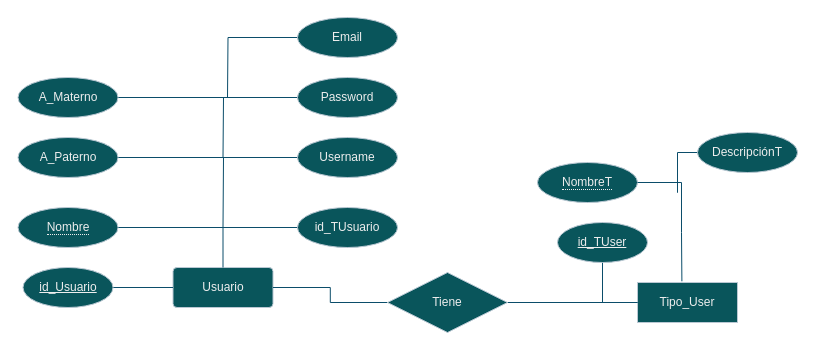
The draw.io diagram Newproject.drawio in Fil-Cabildo/Projectone, before the edit. Source tidied: cells renumbered, new cells numbered last; positions are measured from the earlier drawing's top-left corner, leaving out a move shared by most shapes. Both pictures are drawn from the tidied source at 100%, with x=0, y=0 at pixel (17, 17).
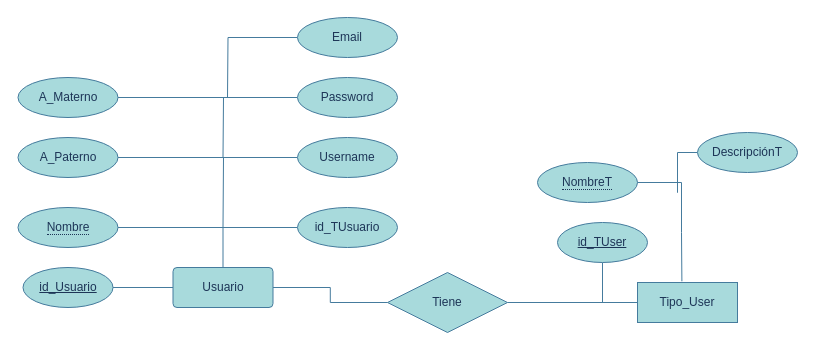
After the change.

Change to the diagram source:
```diff
@@
-    <mxCell id="2" value="Usuario" style="rounded=1;arcSize=10;whiteSpace=wrap;html=1;align=center;labelBackgroundColor=none;fillColor=#09555B;strokeColor=#BAC8D3;fontColor=#EEEEEE;" parent="1" vertex="1">
+    <mxCell id="2" value="Usuario" style="rounded=1;arcSize=10;whiteSpace=wrap;html=1;align=center;labelBackgroundColor=none;fillColor=#A8DADC;strokeColor=#457B9D;fontColor=#1D3557;" parent="1" vertex="1">
       <mxGeometry x="155.5" y="250" width="100" height="40" as="geometry" />
     </mxCell>
-    <mxCell id="3" style="edgeStyle=orthogonalEdgeStyle;rounded=1;jettySize=auto;html=1;labelBackgroundColor=none;fontColor=default;strokeColor=#0B4D6A;endArrow=none;endFill=0;" parent="1" edge="1" source="4" target="2">
+    <mxCell id="3" style="edgeStyle=orthogonalEdgeStyle;rounded=1;jettySize=auto;html=1;labelBackgroundColor=none;fontColor=default;strokeColor=#457B9D;endArrow=none;endFill=0;" parent="1" edge="1" source="4" target="2">
       <mxGeometry relative="1" as="geometry" />
     </mxCell>
-    <mxCell id="4" value="id_Usuario" style="ellipse;whiteSpace=wrap;html=1;align=center;fontStyle=4;rounded=1;labelBackgroundColor=none;fillColor=#09555B;strokeColor=#BAC8D3;fontColor=#EEEEEE;" parent="1" vertex="1">
+    <mxCell id="4" value="id_Usuario" style="ellipse;whiteSpace=wrap;html=1;align=center;fontStyle=4;rounded=1;labelBackgroundColor=none;fillColor=#A8DADC;strokeColor=#457B9D;fontColor=#1D3557;" parent="1" vertex="1">
       <mxGeometry x="5.5" y="250" width="90" height="40" as="geometry" />
     </mxCell>
-    <mxCell id="5" style="edgeStyle=orthogonalEdgeStyle;rounded=0;jettySize=auto;html=1;strokeColor=#0B4D6A;endArrow=none;endFill=0;" parent="1" edge="1" source="6" target="2">
+    <mxCell id="5" style="edgeStyle=orthogonalEdgeStyle;rounded=0;jettySize=auto;html=1;strokeColor=#457B9D;endArrow=none;endFill=0;labelBackgroundColor=none;fontColor=default;" parent="1" edge="1" source="6" target="2">
       <mxGeometry relative="1" as="geometry" />
     </mxCell>
-    <mxCell id="6" value="&lt;span style=&quot;border-bottom: 1px dotted&quot;&gt;Nombre&lt;/span&gt;" style="ellipse;whiteSpace=wrap;html=1;align=center;strokeColor=#BAC8D3;fontColor=#EEEEEE;fillColor=#09555B;" parent="1" vertex="1">
+    <mxCell id="6" value="&lt;span style=&quot;border-bottom: 1px dotted&quot;&gt;Nombre&lt;/span&gt;" style="ellipse;whiteSpace=wrap;html=1;align=center;strokeColor=#457B9D;fontColor=#1D3557;fillColor=#A8DADC;labelBackgroundColor=none;" parent="1" vertex="1">
       <mxGeometry x="0.5" y="190" width="100" height="40" as="geometry" />
     </mxCell>
-    <mxCell id="7" style="edgeStyle=orthogonalEdgeStyle;rounded=0;jettySize=auto;html=1;exitX=1;exitY=0.5;exitDx=0;exitDy=0;strokeColor=#0B4D6A;endArrow=none;endFill=0;" parent="1" edge="1" source="8">
+    <mxCell id="7" style="edgeStyle=orthogonalEdgeStyle;rounded=0;jettySize=auto;html=1;exitX=1;exitY=0.5;exitDx=0;exitDy=0;strokeColor=#457B9D;endArrow=none;endFill=0;labelBackgroundColor=none;fontColor=default;" parent="1" edge="1" source="8">
       <mxGeometry relative="1" as="geometry">
         <mxPoint x="205.5" y="210" as="targetPoint" />
       </mxGeometry>
     </mxCell>
-    <mxCell id="8" value="A_Paterno" style="ellipse;whiteSpace=wrap;html=1;align=center;strokeColor=#BAC8D3;fontColor=#EEEEEE;fillColor=#09555B;" parent="1" vertex="1">
+    <mxCell id="8" value="A_Paterno" style="ellipse;whiteSpace=wrap;html=1;align=center;strokeColor=#457B9D;fontColor=#1D3557;fillColor=#A8DADC;labelBackgroundColor=none;" parent="1" vertex="1">
       <mxGeometry x="0.5" y="120" width="100" height="40" as="geometry" />
     </mxCell>
-    <mxCell id="9" style="edgeStyle=orthogonalEdgeStyle;rounded=0;jettySize=auto;html=1;strokeColor=#0B4D6A;endArrow=none;endFill=0;" parent="1" edge="1" source="10">
+    <mxCell id="9" style="edgeStyle=orthogonalEdgeStyle;rounded=0;jettySize=auto;html=1;strokeColor=#457B9D;endArrow=none;endFill=0;labelBackgroundColor=none;fontColor=default;" parent="1" edge="1" source="10">
       <mxGeometry relative="1" as="geometry">
         <mxPoint x="205.5" y="140" as="targetPoint" />
       </mxGeometry>
     </mxCell>
-    <mxCell id="10" value="A_Materno" style="ellipse;whiteSpace=wrap;html=1;align=center;strokeColor=#BAC8D3;fontColor=#EEEEEE;fillColor=#09555B;" parent="1" vertex="1">
+    <mxCell id="10" value="A_Materno" style="ellipse;whiteSpace=wrap;html=1;align=center;strokeColor=#457B9D;fontColor=#1D3557;fillColor=#A8DADC;labelBackgroundColor=none;" parent="1" vertex="1">
       <mxGeometry x="0.5" y="60" width="100" height="40" as="geometry" />
     </mxCell>
-    <mxCell id="11" style="edgeStyle=orthogonalEdgeStyle;rounded=0;jettySize=auto;html=1;strokeColor=#0B4D6A;endArrow=none;endFill=0;" parent="1" edge="1" source="12">
+    <mxCell id="11" style="edgeStyle=orthogonalEdgeStyle;rounded=0;jettySize=auto;html=1;strokeColor=#457B9D;endArrow=none;endFill=0;labelBackgroundColor=none;fontColor=default;" parent="1" edge="1" source="12">
       <mxGeometry relative="1" as="geometry">
         <mxPoint x="200" y="80" as="targetPoint" />
       </mxGeometry>
     </mxCell>
-    <mxCell id="12" value="Password" style="ellipse;whiteSpace=wrap;html=1;align=center;strokeColor=#BAC8D3;fontColor=#EEEEEE;fillColor=#09555B;" parent="1" vertex="1">
+    <mxCell id="12" value="Password" style="ellipse;whiteSpace=wrap;html=1;align=center;strokeColor=#457B9D;fontColor=#1D3557;fillColor=#A8DADC;labelBackgroundColor=none;" parent="1" vertex="1">
       <mxGeometry x="280" y="60" width="100" height="40" as="geometry" />
     </mxCell>
-    <mxCell id="13" style="edgeStyle=orthogonalEdgeStyle;rounded=0;jettySize=auto;html=1;strokeColor=#0B4D6A;endArrow=none;endFill=0;" parent="1" edge="1" source="14">
+    <mxCell id="13" style="edgeStyle=orthogonalEdgeStyle;rounded=0;jettySize=auto;html=1;strokeColor=#457B9D;endArrow=none;endFill=0;labelBackgroundColor=none;fontColor=default;" parent="1" edge="1" source="14">
       <mxGeometry relative="1" as="geometry">
         <mxPoint x="200" y="140" as="targetPoint" />
       </mxGeometry>
     </mxCell>
-    <mxCell id="14" value="Username" style="ellipse;whiteSpace=wrap;html=1;align=center;strokeColor=#BAC8D3;fontColor=#EEEEEE;fillColor=#09555B;" parent="1" vertex="1">
+    <mxCell id="14" value="Username" style="ellipse;whiteSpace=wrap;html=1;align=center;strokeColor=#457B9D;fontColor=#1D3557;fillColor=#A8DADC;labelBackgroundColor=none;" parent="1" vertex="1">
       <mxGeometry x="280" y="120" width="100" height="40" as="geometry" />
     </mxCell>
-    <mxCell id="15" style="edgeStyle=orthogonalEdgeStyle;rounded=0;jettySize=auto;html=1;strokeColor=#0B4D6A;endArrow=none;endFill=0;" parent="1" edge="1" source="16">
+    <mxCell id="15" style="edgeStyle=orthogonalEdgeStyle;rounded=0;jettySize=auto;html=1;strokeColor=#457B9D;endArrow=none;endFill=0;labelBackgroundColor=none;fontColor=default;" parent="1" edge="1" source="16">
       <mxGeometry relative="1" as="geometry">
         <mxPoint x="200" y="210" as="targetPoint" />
       </mxGeometry>
     </mxCell>
-    <mxCell id="16" value="id_TUsuario" style="ellipse;whiteSpace=wrap;html=1;align=center;strokeColor=#BAC8D3;fontColor=#EEEEEE;fillColor=#09555B;" parent="1" vertex="1">
+    <mxCell id="16" value="id_TUsuario" style="ellipse;whiteSpace=wrap;html=1;align=center;strokeColor=#457B9D;fontColor=#1D3557;fillColor=#A8DADC;labelBackgroundColor=none;" parent="1" vertex="1">
       <mxGeometry x="280" y="190" width="100" height="40" as="geometry" />
     </mxCell>
-    <mxCell id="17" style="edgeStyle=orthogonalEdgeStyle;rounded=0;jettySize=auto;html=1;strokeColor=#0B4D6A;endArrow=none;endFill=0;" parent="1" edge="1" source="18">
+    <mxCell id="17" style="edgeStyle=orthogonalEdgeStyle;rounded=0;jettySize=auto;html=1;strokeColor=#457B9D;endArrow=none;endFill=0;labelBackgroundColor=none;fontColor=default;" parent="1" edge="1" source="18">
       <mxGeometry relative="1" as="geometry">
         <mxPoint x="210" y="80" as="targetPoint" />
       </mxGeometry>
     </mxCell>
-    <mxCell id="18" value="Email" style="ellipse;whiteSpace=wrap;html=1;align=center;strokeColor=#BAC8D3;fontColor=#EEEEEE;fillColor=#09555B;" parent="1" vertex="1">
+    <mxCell id="18" value="Email" style="ellipse;whiteSpace=wrap;html=1;align=center;strokeColor=#457B9D;fontColor=#1D3557;fillColor=#A8DADC;labelBackgroundColor=none;" parent="1" vertex="1">
       <mxGeometry x="280" width="100" height="40" as="geometry" />
     </mxCell>
-    <mxCell id="19" value="Tipo_User" style="whiteSpace=wrap;html=1;align=center;strokeColor=#BAC8D3;fontColor=#EEEEEE;fillColor=#09555B;" parent="1" vertex="1">
+    <mxCell id="19" value="Tipo_User" style="whiteSpace=wrap;html=1;align=center;strokeColor=#457B9D;fontColor=#1D3557;fillColor=#A8DADC;labelBackgroundColor=none;" parent="1" vertex="1">
       <mxGeometry x="620" y="265" width="100" height="40" as="geometry" />
     </mxCell>
-    <mxCell id="20" style="edgeStyle=orthogonalEdgeStyle;rounded=0;jettySize=auto;html=1;entryX=0;entryY=0.5;entryDx=0;entryDy=0;strokeColor=#0B4D6A;endArrow=none;endFill=0;" parent="1" edge="1" source="21" target="19">
+    <mxCell id="20" style="edgeStyle=orthogonalEdgeStyle;rounded=0;jettySize=auto;html=1;entryX=0;entryY=0.5;entryDx=0;entryDy=0;strokeColor=#457B9D;endArrow=none;endFill=0;labelBackgroundColor=none;fontColor=default;" parent="1" edge="1" source="21" target="19">
       <mxGeometry relative="1" as="geometry" />
     </mxCell>
-    <mxCell id="21" value="id_TUser" style="ellipse;whiteSpace=wrap;html=1;align=center;fontStyle=4;rounded=1;labelBackgroundColor=none;fillColor=#09555B;strokeColor=#BAC8D3;fontColor=#EEEEEE;" parent="1" vertex="1">
+    <mxCell id="21" value="id_TUser" style="ellipse;whiteSpace=wrap;html=1;align=center;fontStyle=4;rounded=1;labelBackgroundColor=none;fillColor=#A8DADC;strokeColor=#457B9D;fontColor=#1D3557;" parent="1" vertex="1">
       <mxGeometry x="540" y="205" width="90" height="40" as="geometry" />
     </mxCell>
-    <mxCell id="22" value="&lt;span style=&quot;border-bottom: 1px dotted&quot;&gt;NombreT&lt;/span&gt;" style="ellipse;whiteSpace=wrap;html=1;align=center;strokeColor=#BAC8D3;fontColor=#EEEEEE;fillColor=#09555B;" parent="1" vertex="1">
+    <mxCell id="22" value="&lt;span style=&quot;border-bottom: 1px dotted&quot;&gt;NombreT&lt;/span&gt;" style="ellipse;whiteSpace=wrap;html=1;align=center;strokeColor=#457B9D;fontColor=#1D3557;fillColor=#A8DADC;labelBackgroundColor=none;" parent="1" vertex="1">
       <mxGeometry x="520" y="145" width="100" height="40" as="geometry" />
     </mxCell>
-    <mxCell id="23" style="edgeStyle=orthogonalEdgeStyle;rounded=0;jettySize=auto;html=1;strokeColor=#0B4D6A;endArrow=none;endFill=0;" parent="1" edge="1" source="24">
+    <mxCell id="23" style="edgeStyle=orthogonalEdgeStyle;rounded=0;jettySize=auto;html=1;strokeColor=#457B9D;endArrow=none;endFill=0;labelBackgroundColor=none;fontColor=default;" parent="1" edge="1" source="24">
       <mxGeometry relative="1" as="geometry">
         <mxPoint x="660" y="165" as="targetPoint" />
       </mxGeometry>
     </mxCell>
-    <mxCell id="24" value="DescripciónT" style="ellipse;whiteSpace=wrap;html=1;align=center;strokeColor=#BAC8D3;fontColor=#EEEEEE;fillColor=#09555B;" parent="1" vertex="1">
+    <mxCell id="24" value="DescripciónT" style="ellipse;whiteSpace=wrap;html=1;align=center;strokeColor=#457B9D;fontColor=#1D3557;fillColor=#A8DADC;labelBackgroundColor=none;" parent="1" vertex="1">
       <mxGeometry x="680" y="115" width="100" height="40" as="geometry" />
     </mxCell>
-    <mxCell id="25" style="edgeStyle=orthogonalEdgeStyle;rounded=0;jettySize=auto;html=1;entryX=0.444;entryY=-0.03;entryDx=0;entryDy=0;entryPerimeter=0;strokeColor=#0B4D6A;endArrow=none;endFill=0;" parent="1" edge="1" source="22" target="19">
+    <mxCell id="25" style="edgeStyle=orthogonalEdgeStyle;rounded=0;jettySize=auto;html=1;entryX=0.444;entryY=-0.03;entryDx=0;entryDy=0;entryPerimeter=0;strokeColor=#457B9D;endArrow=none;endFill=0;labelBackgroundColor=none;fontColor=default;" parent="1" edge="1" source="22" target="19">
       <mxGeometry relative="1" as="geometry">
         <Array as="points">
           <mxPoint x="664" y="165" />
           <mxPoint x="664" y="215" />
         </Array>
       </mxGeometry>
     </mxCell>
-    <mxCell id="26" style="edgeStyle=orthogonalEdgeStyle;rounded=0;jettySize=auto;html=1;strokeColor=#0B4D6A;endArrow=none;endFill=0;" parent="1" edge="1" source="28" target="2">
+    <mxCell id="26" style="edgeStyle=orthogonalEdgeStyle;rounded=0;jettySize=auto;html=1;strokeColor=#457B9D;endArrow=none;endFill=0;labelBackgroundColor=none;fontColor=default;" parent="1" edge="1" source="28" target="2">
       <mxGeometry relative="1" as="geometry" />
     </mxCell>
-    <mxCell id="27" style="edgeStyle=orthogonalEdgeStyle;rounded=0;jettySize=auto;html=1;entryX=0;entryY=0.5;entryDx=0;entryDy=0;strokeColor=#0B4D6A;endArrow=none;endFill=0;" parent="1" edge="1" source="28" target="19">
+    <mxCell id="27" style="edgeStyle=orthogonalEdgeStyle;rounded=0;jettySize=auto;html=1;entryX=0;entryY=0.5;entryDx=0;entryDy=0;strokeColor=#457B9D;endArrow=none;endFill=0;labelBackgroundColor=none;fontColor=default;" parent="1" edge="1" source="28" target="19">
       <mxGeometry relative="1" as="geometry" />
     </mxCell>
-    <mxCell id="28" value="Tiene" style="shape=rhombus;perimeter=rhombusPerimeter;whiteSpace=wrap;html=1;align=center;strokeColor=#BAC8D3;fontColor=#EEEEEE;fillColor=#09555B;" parent="1" vertex="1">
+    <mxCell id="28" value="Tiene" style="shape=rhombus;perimeter=rhombusPerimeter;whiteSpace=wrap;html=1;align=center;strokeColor=#457B9D;fontColor=#1D3557;fillColor=#A8DADC;labelBackgroundColor=none;" parent="1" vertex="1">
       <mxGeometry x="370" y="255" width="120" height="60" as="geometry" />
     </mxCell>
```
